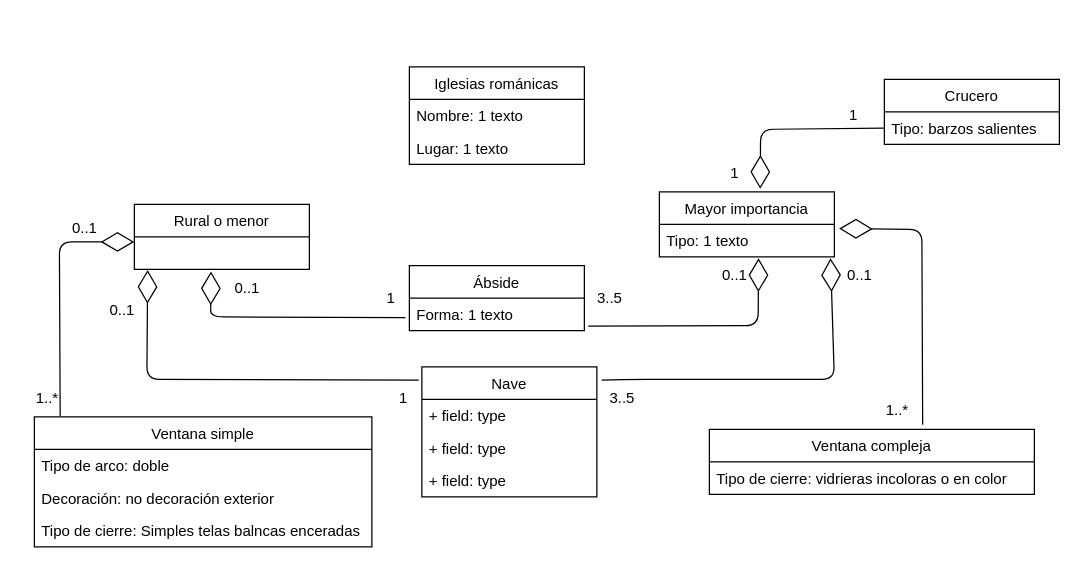
The draw.io diagram Ejercicio_26.drawio in Trabajos-grupales/UML, before the edit. Source tidied: cells renumbered, new cells numbered last; positions are measured from the earlier drawing's top-left corner, leaving out a move shared by most shapes. Both pictures are drawn from the tidied source at 125%, with x=0, y=0 at pixel (21, 66).
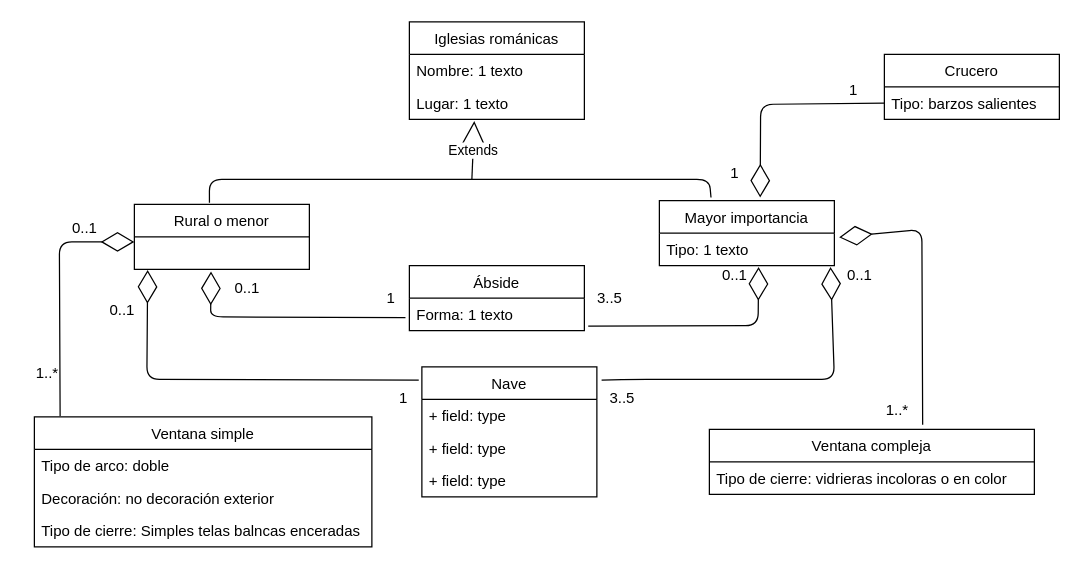
After the change.

The change refers to these unchanged cells:
```xml
<mxCell id="4" value="Lugar: 1 texto" style="text;strokeColor=none;fillColor=none;align=left;verticalAlign=top;spacingLeft=4;spacingRight=4;overflow=hidden;points=[[0,0.5],[1,0.5]];portConstraint=eastwest;" parent="2" vertex="1">
  <mxGeometry y="52" width="140" height="26" as="geometry" />
</mxCell>
<mxCell id="5" value="Rural o menor" style="swimlane;fontStyle=0;horizontal=1;startSize=26;fillColor=none;" parent="1" vertex="1">
  <mxGeometry x="90" y="110" width="140" height="52" as="geometry" />
</mxCell>
<mxCell id="16" value="Tipo: barzos salientes" style="text;strokeColor=none;fillColor=none;align=left;verticalAlign=top;spacingLeft=4;spacingRight=4;overflow=hidden;points=[[0,0.5],[1,0.5]];portConstraint=eastwest;" parent="15" vertex="1">
  <mxGeometry y="26" width="140" height="26" as="geometry" />
</mxCell>
```

Diff of the diagram source:
```diff
@@
     <mxCell id="2" value="Iglesias románicas" style="swimlane;fontStyle=0;horizontal=1;startSize=26;fillColor=none;" parent="1" vertex="1">
-      <mxGeometry x="310" width="140" height="78" as="geometry" />
+      <mxGeometry x="310" y="-36" width="140" height="78" as="geometry" />
     </mxCell>
@@
     <mxCell id="7" value="Mayor importancia" style="swimlane;fontStyle=0;horizontal=1;startSize=26;fillColor=none;" parent="1" vertex="1">
-      <mxGeometry x="510" y="100" width="140" height="52" as="geometry" />
+      <mxGeometry x="510" y="107" width="140" height="52" as="geometry" />
     </mxCell>
@@
     <mxCell id="15" value="Crucero" style="swimlane;fontStyle=0;horizontal=1;startSize=26;fillColor=none;" parent="1" vertex="1">
-      <mxGeometry x="690" y="10" width="140" height="52" as="geometry" />
+      <mxGeometry x="690" y="-10" width="140" height="52" as="geometry" />
     </mxCell>
@@
-    <mxCell id="35" style="endArrow=diamondThin;endFill=0;endSize=24;html=1;exitX=0.766;exitY=0.979;exitDx=0;exitDy=0;exitPerimeter=0;" parent="1" edge="1" source="37">
+    <mxCell id="35" style="endArrow=diamondThin;endFill=0;endSize=24;html=1;exitX=0.766;exitY=0.979;exitDx=0;exitDy=0;exitPerimeter=0;" parent="1" edge="1">
       <mxGeometry relative="1" as="geometry">
+        <mxPoint x="30.6" y="279.4" as="sourcePoint" />
         <mxPoint x="90" y="140" as="targetPoint" />
         <Array as="points">
           <mxPoint x="30" y="140" />
         </Array>
       </mxGeometry>
     </mxCell>
@@
     <mxCell id="37" value="1..*" style="text;html=1;align=center;verticalAlign=middle;points=[];strokeColor=none;fillColor=none;" parent="1" vertex="1">
-      <mxGeometry y="250" width="40" height="30" as="geometry" />
+      <mxGeometry y="230" width="40" height="30" as="geometry" />
     </mxCell>
@@
     <mxCell id="40" style="endArrow=diamondThin;endFill=0;endSize=24;html=1;entryX=0.576;entryY=-0.048;entryDx=0;entryDy=0;entryPerimeter=0;exitX=0;exitY=0.5;exitDx=0;exitDy=0;" parent="1" edge="1" source="16" target="7">
       <mxGeometry relative="1" as="geometry">
         <Array as="points">
-          <mxPoint x="591" y="50" />
+          <mxPoint x="591" y="30" />
         </Array>
       </mxGeometry>
     </mxCell>
@@
     <mxCell id="42" value="1" style="text;html=1;align=center;verticalAlign=middle;strokeColor=none;fillColor=none;" parent="1" vertex="1">
-      <mxGeometry x="650" y="24" width="30" height="30" as="geometry" />
+      <mxGeometry x="650" y="4" width="30" height="30" as="geometry" />
     </mxCell>
+    <mxCell id="43" style="endArrow=none;html=1;exitX=0.429;exitY=-0.024;exitDx=0;exitDy=0;exitPerimeter=0;entryX=0.295;entryY=-0.048;entryDx=0;entryDy=0;entryPerimeter=0;" parent="1" edge="1" source="5" target="7">
+      <mxGeometry relative="1" as="geometry">
+        <Array as="points">
+          <mxPoint x="150" y="90" />
+          <mxPoint x="350" y="90" />
+          <mxPoint x="550" y="90" />
+        </Array>
+      </mxGeometry>
+    </mxCell>
+    <mxCell id="44" value="Extends" style="endArrow=block;endSize=16;endFill=0;html=1;entryX=0.371;entryY=1.053;entryDx=0;entryDy=0;entryPerimeter=0;" parent="1" edge="1" target="4">
+      <mxGeometry relative="1" as="geometry">
+        <mxPoint x="360" y="90" as="sourcePoint" />
+      </mxGeometry>
+    </mxCell>
```
